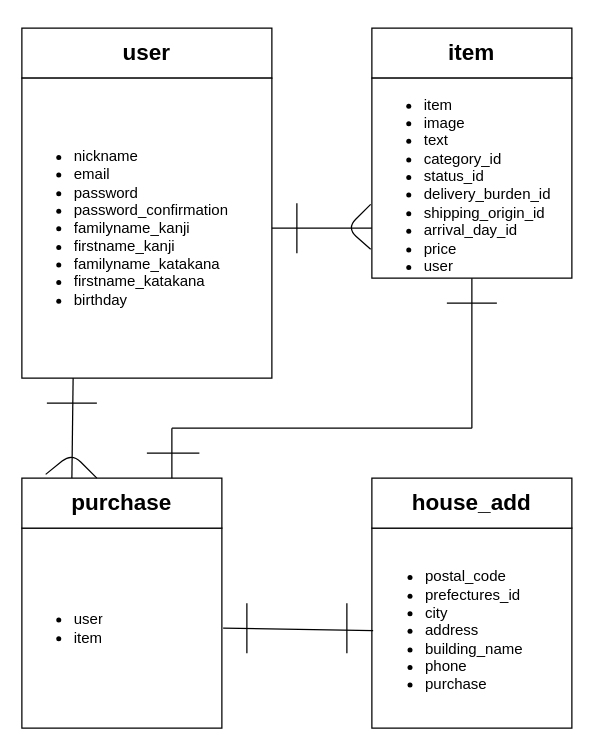
The draw.io diagram furima.drawio in teruan777/furima_28422, before the edit. Source tidied: cells renumbered, new cells numbered last; positions are measured from the earlier drawing's top-left corner, leaving out a move shared by most shapes. Both pictures are drawn from the tidied source at 125%, with x=0, y=0 at pixel (21, 28).
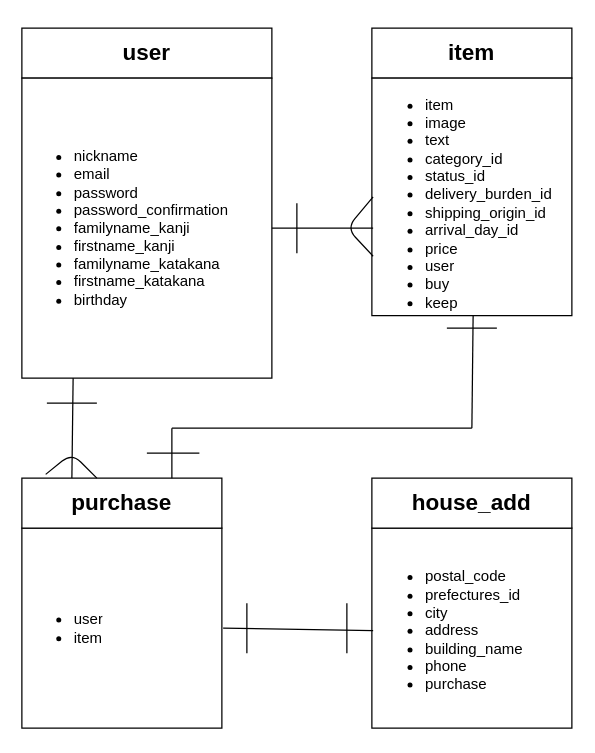
The same page after the edit.

Commit message (it also covers changes not shown here):
追加実装に伴いREADMY追記

The change refers to these unchanged cells:
```xml
<mxCell id="10" value="&lt;ul&gt;&lt;li&gt;nickname&lt;/li&gt;&lt;li&gt;email&lt;/li&gt;&lt;li&gt;password&lt;/li&gt;&lt;li&gt;password_confirmation&lt;/li&gt;&lt;li&gt;familyname_kanji&lt;/li&gt;&lt;li&gt;firstname_kanji&lt;/li&gt;&lt;li&gt;familyname_katakana&lt;/li&gt;&lt;li&gt;firstname_katakana&lt;/li&gt;&lt;li&gt;birthday&lt;/li&gt;&lt;/ul&gt;" style="text;strokeColor=none;fillColor=none;html=1;whiteSpace=wrap;verticalAlign=middle;overflow=hidden;" parent="1" vertex="1">
  <mxGeometry y="40" width="200" height="240" as="geometry" />
</mxCell>
```

Change to the diagram source:
```diff
@@
     <mxCell id="9" style="rounded=0;whiteSpace=wrap;html=1;" parent="1" vertex="1">
-      <mxGeometry x="280" y="40" width="160" height="160" as="geometry" />
+      <mxGeometry x="280" y="40" width="160" height="190" as="geometry" />
     </mxCell>
@@
-    <mxCell id="11" value="&lt;ul&gt;&lt;li&gt;item&lt;/li&gt;&lt;li&gt;image&lt;/li&gt;&lt;li&gt;text&lt;/li&gt;&lt;li&gt;category_id&lt;/li&gt;&lt;li&gt;status_id&lt;/li&gt;&lt;li&gt;delivery_burden_id&lt;/li&gt;&lt;li&gt;shipping_origin_id&lt;/li&gt;&lt;li&gt;arrival_day_id&lt;/li&gt;&lt;li&gt;price&lt;/li&gt;&lt;li&gt;user&lt;/li&gt;&lt;/ul&gt;" style="text;strokeColor=none;fillColor=none;html=1;whiteSpace=wrap;verticalAlign=middle;overflow=hidden;" parent="1" vertex="1">
-      <mxGeometry x="280" y="40" width="160" height="160" as="geometry" />
+    <mxCell id="11" value="&lt;ul&gt;&lt;li&gt;item&lt;/li&gt;&lt;li&gt;image&lt;/li&gt;&lt;li&gt;text&lt;/li&gt;&lt;li&gt;category_id&lt;/li&gt;&lt;li&gt;status_id&lt;/li&gt;&lt;li&gt;delivery_burden_id&lt;/li&gt;&lt;li&gt;shipping_origin_id&lt;/li&gt;&lt;li&gt;arrival_day_id&lt;/li&gt;&lt;li&gt;price&lt;/li&gt;&lt;li&gt;user&lt;/li&gt;&lt;li&gt;buy&lt;/li&gt;&lt;li&gt;keep&lt;/li&gt;&lt;/ul&gt;" style="text;strokeColor=none;fillColor=none;html=1;whiteSpace=wrap;verticalAlign=middle;overflow=hidden;" parent="1" vertex="1">
+      <mxGeometry x="281" y="40" width="160" height="190" as="geometry" />
     </mxCell>
-    <mxCell id="12" style="endArrow=none;html=1;exitX=1;exitY=0.5;exitDx=0;exitDy=0;entryX=0;entryY=0.75;entryDx=0;entryDy=0;" parent="1" edge="1" source="10" target="11">
+    <mxCell id="12" style="endArrow=none;html=1;exitX=1;exitY=0.5;exitDx=0;exitDy=0;entryX=0;entryY=0.632;entryDx=0;entryDy=0;entryPerimeter=0;" parent="1" edge="1" source="10" target="11">
       <mxGeometry relative="1" as="geometry" />
     </mxCell>
@@
-    <mxCell id="14" style="endArrow=none;html=1;entryX=-0.006;entryY=0.631;entryDx=0;entryDy=0;entryPerimeter=0;exitX=-0.006;exitY=0.856;exitDx=0;exitDy=0;exitPerimeter=0;" parent="1" edge="1" source="11" target="11">
+    <mxCell id="14" style="endArrow=none;html=1;entryX=0;entryY=0.5;entryDx=0;entryDy=0;exitX=0;exitY=0.75;exitDx=0;exitDy=0;" parent="1" edge="1" source="11" target="11">
       <mxGeometry relative="1" as="geometry">
         <Array as="points">
           <mxPoint x="260" y="160" />
         </Array>
       </mxGeometry>
     </mxCell>
@@
     <mxCell id="26" style="endArrow=none;html=1;" parent="1" edge="1">
       <mxGeometry relative="1" as="geometry">
-        <mxPoint x="340" y="220" as="sourcePoint" />
-        <mxPoint x="380" y="220" as="targetPoint" />
+        <mxPoint x="340" y="240" as="sourcePoint" />
+        <mxPoint x="380" y="240" as="targetPoint" />
+        <Array as="points">
+          <mxPoint x="360" y="240" />
+        </Array>
       </mxGeometry>
     </mxCell>
```
